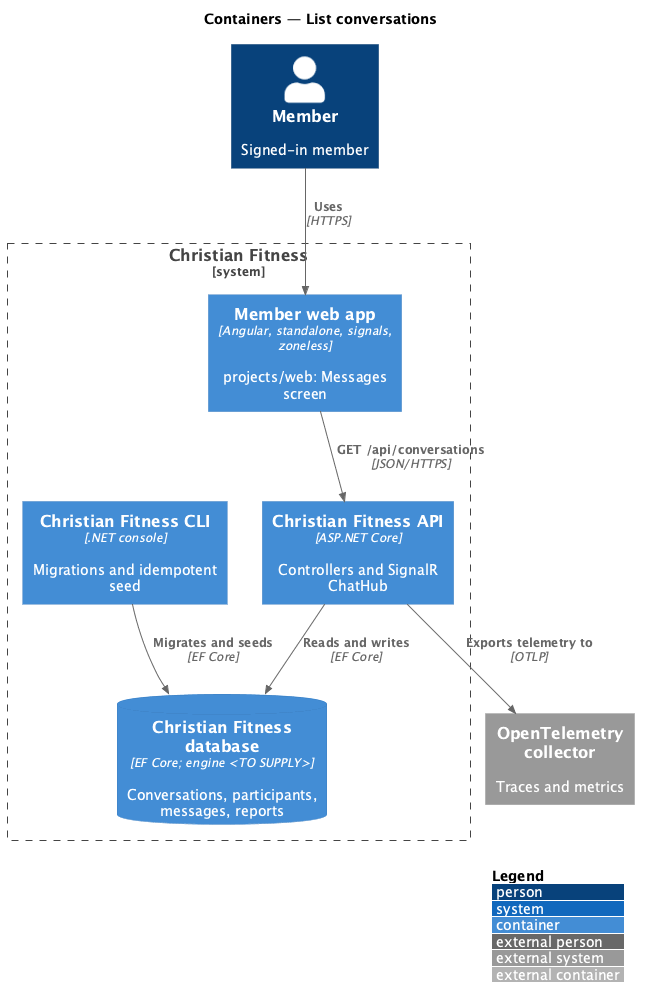
Before: docs/detailed-designs/messages/list-conversations/diagrams/c4-container.png, a diagram exported from PlantUML (QuinntyneBrown/christian-fitness). Source of this version:
```plantuml
@startuml
!include <C4/C4_Container>
LAYOUT_WITH_LEGEND()
title Containers — List conversations

Person(member, "Member", "Signed-in member")
System_Boundary(cf, "Christian Fitness") {
  Container(web, "Member web app", "Angular, standalone, signals, zoneless", "projects/web: Messages screen")
  Container(api, "Christian Fitness API", "ASP.NET Core", "Controllers and SignalR ChatHub")
  Container(cli, "Christian Fitness CLI", ".NET console", "Migrations and idempotent seed")
  ContainerDb(db, "Christian Fitness database", "EF Core; engine <TO SUPPLY>", "Conversations, participants, messages, reports")
}
System_Ext(otel, "OpenTelemetry collector", "Traces and metrics")
Rel(member, web, "Uses", "HTTPS")
Rel(web, api, "GET /api/conversations", "JSON/HTTPS")
Rel(api, db, "Reads and writes", "EF Core")
Rel(cli, db, "Migrates and seeds", "EF Core")
Rel(api, otel, "Exports telemetry to", "OTLP")
@enduml
```
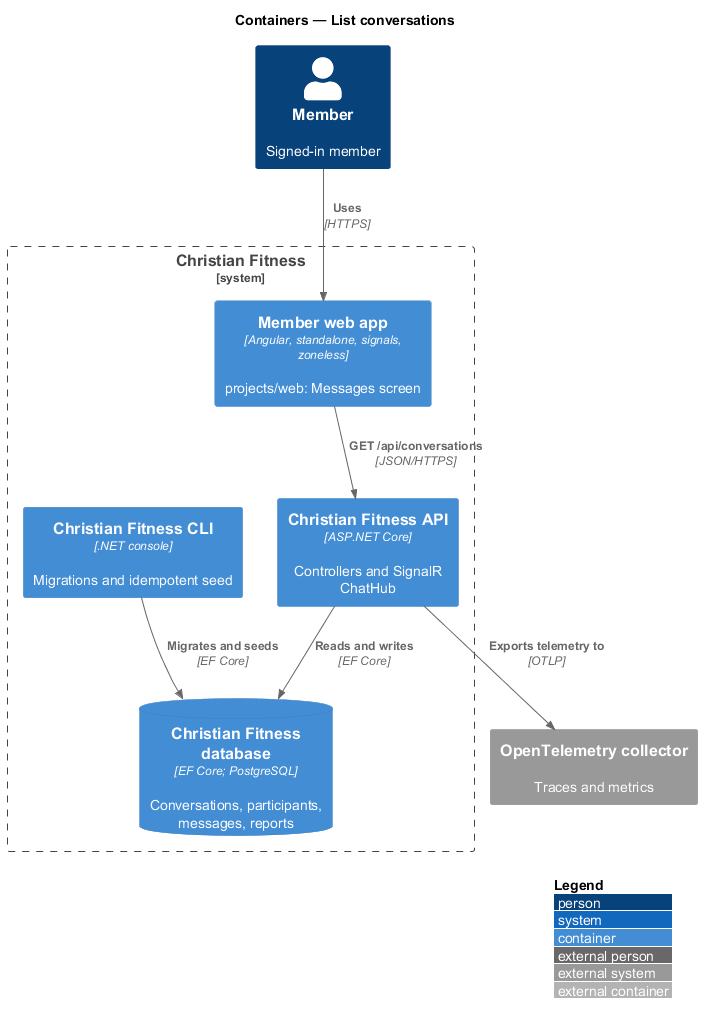
The same diagram one commit later.

Change to the diagram source:
```diff
@@ -8,7 +8,7 @@
   Container(web, "Member web app", "Angular, standalone, signals, zoneless", "projects/web: Messages screen")
   Container(api, "Christian Fitness API", "ASP.NET Core", "Controllers and SignalR ChatHub")
   Container(cli, "Christian Fitness CLI", ".NET console", "Migrations and idempotent seed")
-  ContainerDb(db, "Christian Fitness database", "EF Core; engine <TO SUPPLY>", "Conversations, participants, messages, reports")
+  ContainerDb(db, "Christian Fitness database", "EF Core; PostgreSQL", "Conversations, participants, messages, reports")
 }
 System_Ext(otel, "OpenTelemetry collector", "Traces and metrics")
 Rel(member, web, "Uses", "HTTPS")
```
